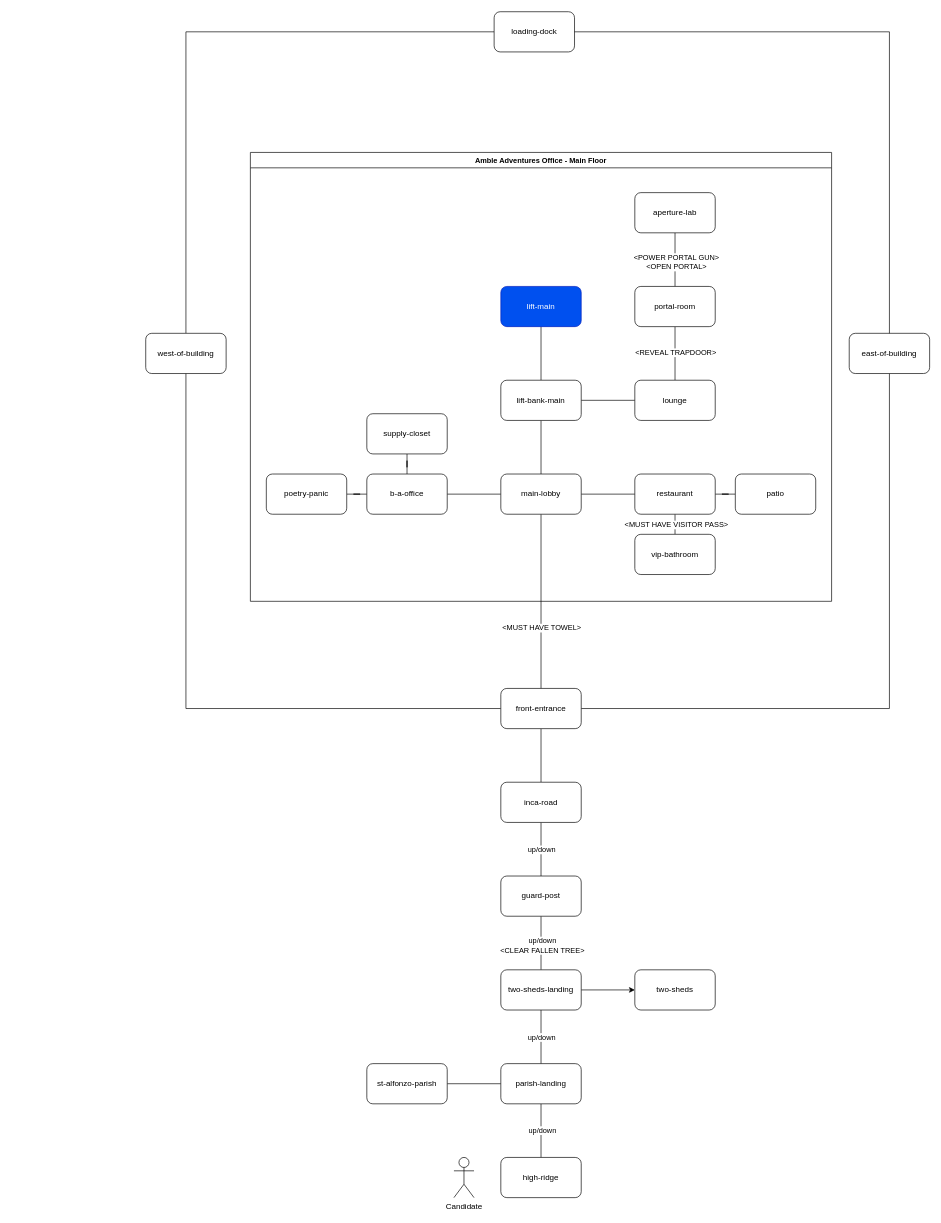
Before: page "Exterior+Main Floor" (1 of 2) of amble_map.drawio in pygmy-twylyte/amble, a draw.io diagram. Source tidied: cells renumbered, new cells numbered last; positions are measured from the earlier drawing's top-left corner, leaving out a move shared by most shapes. Both pictures are drawn from the tidied source at 67%, with x=0, y=0 at pixel (145, 11).
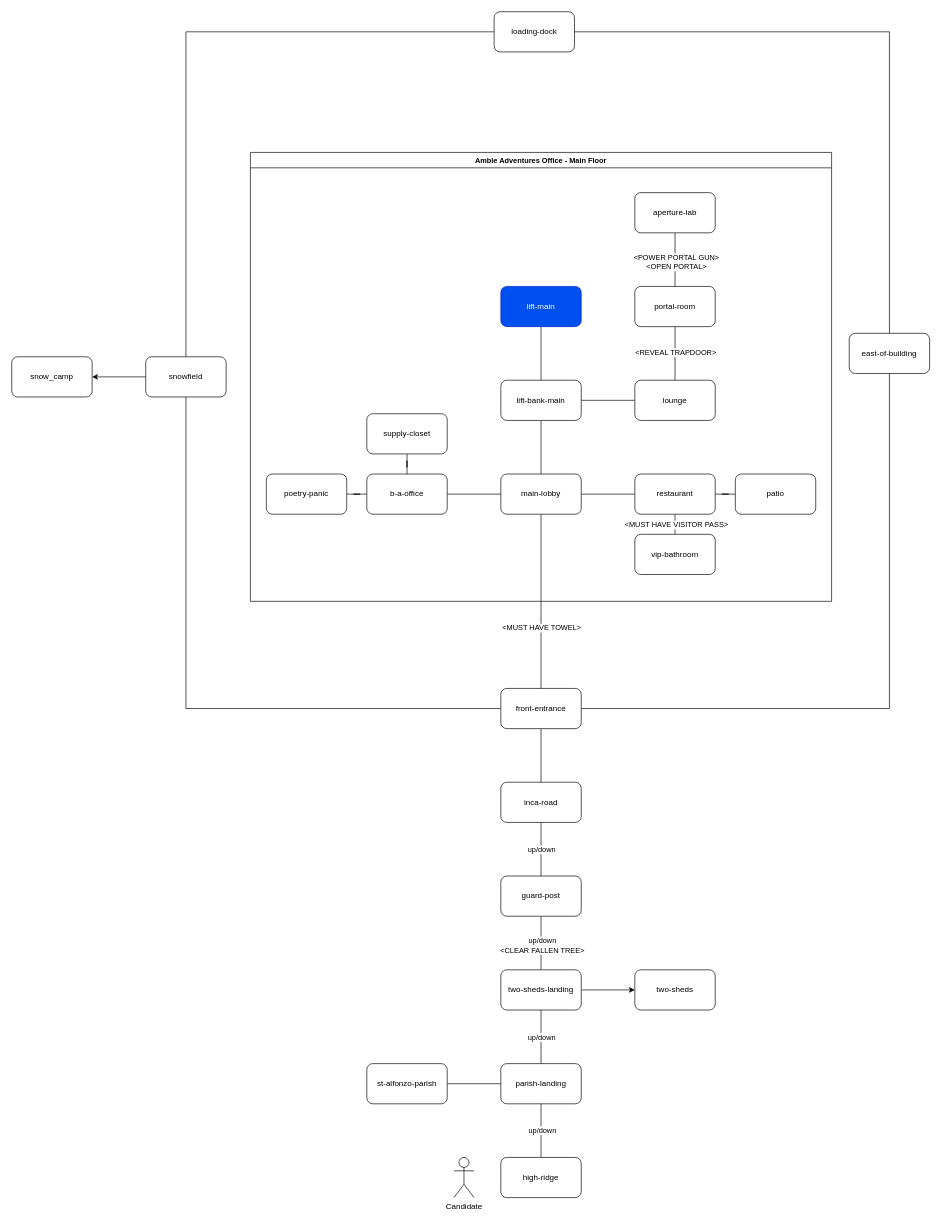
After the change.

Commit message:
Update amble map page dimensions and layout

Unchanged cells that the change refers to:
```xml
<mxCell id="25" value="front-entrance" style="rounded=1;whiteSpace=wrap;html=1;" parent="1" vertex="1">
  <mxGeometry x="530" y="1010" width="120" height="60" as="geometry" />
</mxCell>
<mxCell id="55" value="loading-dock" style="rounded=1;whiteSpace=wrap;html=1;" parent="1" vertex="1">
  <mxGeometry x="520" width="120" height="60" as="geometry" />
</mxCell>
```

Change to the diagram source:
```diff
@@
-    <mxCell id="23" style="edgeStyle=orthogonalEdgeStyle;shape=connector;rounded=0;jettySize=auto;html=1;strokeColor=default;align=center;verticalAlign=middle;fontFamily=Helvetica;fontSize=11;fontColor=default;labelBackgroundColor=default;endArrow=none;" parent="1" edge="1" source="25" target="31">
+    <mxCell id="23" style="edgeStyle=orthogonalEdgeStyle;shape=connector;rounded=0;jettySize=auto;html=1;strokeColor=default;align=center;verticalAlign=middle;fontFamily=Helvetica;fontSize=11;fontColor=default;labelBackgroundColor=default;endArrow=none;entryX=0.5;entryY=1;entryDx=0;entryDy=0;" parent="1" edge="1" source="25" target="31">
       <mxGeometry relative="1" as="geometry" />
     </mxCell>
@@
-    <mxCell id="30" style="edgeStyle=orthogonalEdgeStyle;shape=connector;rounded=0;jettySize=auto;html=1;strokeColor=default;align=center;verticalAlign=middle;fontFamily=Helvetica;fontSize=11;fontColor=default;labelBackgroundColor=default;endArrow=none;" parent="1" edge="1" source="31" target="55">
+    <mxCell id="30" style="edgeStyle=orthogonalEdgeStyle;shape=connector;rounded=0;jettySize=auto;html=1;strokeColor=default;align=center;verticalAlign=middle;fontFamily=Helvetica;fontSize=11;fontColor=default;labelBackgroundColor=default;endArrow=none;exitX=0.5;exitY=0;exitDx=0;exitDy=0;" parent="1" edge="1" source="31" target="55">
       <mxGeometry relative="1" as="geometry">
         <Array as="points">
+          <mxPoint x="60" y="480" />
           <mxPoint x="60" y="30" />
         </Array>
       </mxGeometry>
     </mxCell>
+    <mxCell id="58" style="edgeStyle=orthogonalEdgeStyle;rounded=0;jettySize=auto;html=1;" parent="1" edge="1" source="31" target="59">
+      <mxGeometry relative="1" as="geometry" />
+    </mxCell>
-    <mxCell id="31" value="west-of-building" style="rounded=1;whiteSpace=wrap;html=1;" parent="1" vertex="1">
-      <mxGeometry y="480" width="120" height="60" as="geometry" />
+    <mxCell id="31" value="snowfield" style="rounded=1;whiteSpace=wrap;html=1;" parent="1" vertex="1">
+      <mxGeometry y="515" width="120" height="60" as="geometry" />
     </mxCell>
@@
+    <mxCell id="59" value="snow_camp" style="rounded=1;whiteSpace=wrap;html=1;" parent="1" vertex="1">
+      <mxGeometry x="-200" y="515" width="120" height="60" as="geometry" />
+    </mxCell>
```
